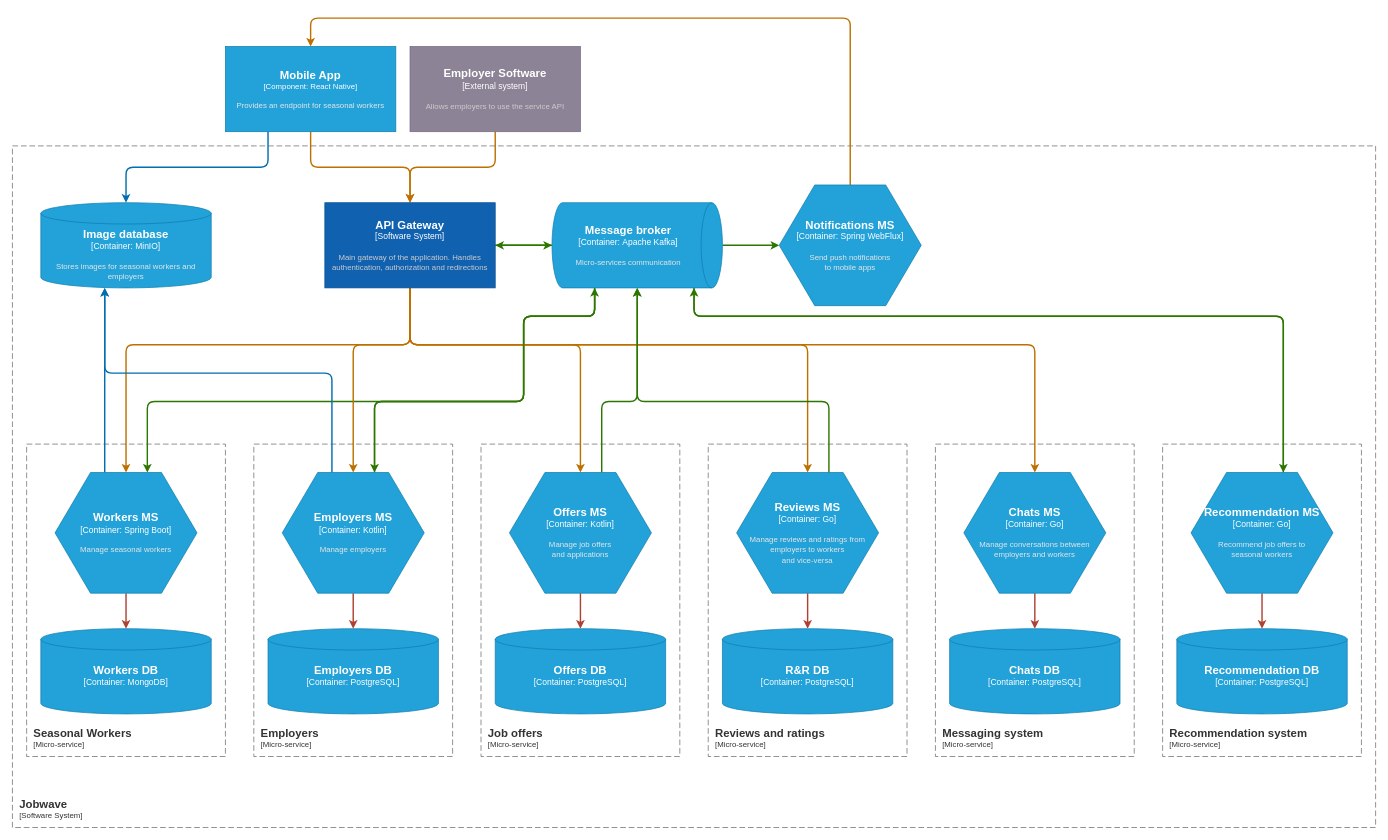
This is docs/architecture-diagram.drawio from BioTheWolff/Jobwave, a draw.io file, before an edit. Source tidied: cells renumbered, new cells numbered last; positions are measured from the earlier drawing's top-left corner, leaving out a move shared by most shapes. Both pictures are drawn from the tidied source at 71%, with x=0, y=0 at pixel (12, 18).
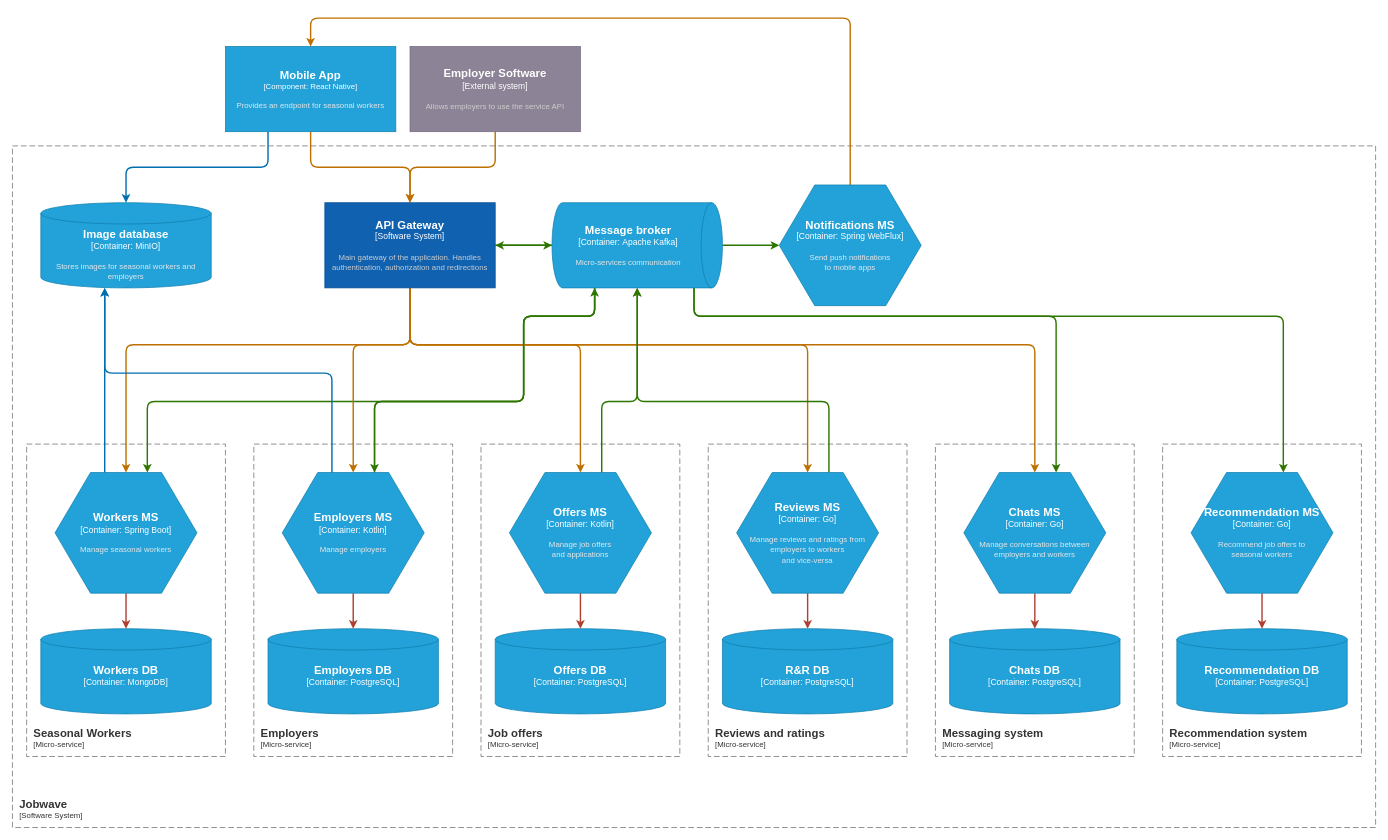
After the change.

Commit message:
refactor: add connection towards chats MS

Unchanged cells that the change refers to:
```xml
<object id="14" label="&lt;font style=&quot;font-size: 16px&quot;&gt;&lt;b&gt;%c4Type%&lt;/b&gt;&lt;/font&gt;&lt;div&gt;[%c4Container%:&amp;nbsp;%c4Technology%]&lt;/div&gt;&lt;br&gt;&lt;div&gt;&lt;font style=&quot;font-size: 11px&quot;&gt;&lt;font color=&quot;#E6E6E6&quot;&gt;%c4Description%&lt;/font&gt;&lt;/div&gt;" c4Container="Container" c4Description="Micro-services communication" c4Technology="Apache Kafka" c4Type="Message broker" placeholders="1">
  <mxCell style="shape=cylinder3;size=15;direction=south;whiteSpace=wrap;html=1;boundedLbl=1;rounded=0;labelBackgroundColor=none;fillColor=#23A2D9;fontSize=12;fontColor=#ffffff;align=center;strokeColor=#0E7DAD;points=[[0.5,0,0],[1,0.25,0],[1,0.5,0],[1,0.75,0],[0.5,1,0],[0,0.75,0],[0,0.5,0],[0,0.25,0]];" parent="1" vertex="1">
    <mxGeometry x="760" y="260" width="240" height="120" as="geometry" />
  </mxCell>
</object>
<object id="45" label="&lt;font style=&quot;font-size: 16px&quot;&gt;&lt;b&gt;%c4Type%&lt;/b&gt;&lt;/font&gt;&lt;div&gt;[%c4Container%:&amp;nbsp;%c4Technology%]&lt;/div&gt;&lt;br&gt;&lt;div&gt;&lt;font style=&quot;font-size: 11px&quot;&gt;&lt;font color=&quot;#E6E6E6&quot;&gt;%c4Description%&lt;/font&gt;&lt;/div&gt;" c4Container="Container" c4Description="Manage conversations between employers and workers" c4Technology="Go" c4Type="Chats MS" placeholders="1">
  <mxCell style="shape=hexagon;size=50;perimeter=hexagonPerimeter2;whiteSpace=wrap;html=1;fixedSize=1;rounded=0;labelBackgroundColor=none;fillColor=#23A2D9;fontSize=12;fontColor=#ffffff;align=center;strokeColor=#0E7DAD;points=[[0.5,0,0],[1,0.25,0],[1,0.5,0],[1,0.75,0],[0.5,1,0],[0,0.75,0],[0,0.5,0],[0,0.25,0]];" parent="1" vertex="1">
    <mxGeometry x="1340" y="640" width="200" height="170" as="geometry" />
  </mxCell>
</object>
<object id="52" label="&lt;font style=&quot;font-size: 16px&quot;&gt;&lt;b&gt;%c4Type%&lt;/b&gt;&lt;/font&gt;&lt;div&gt;[%c4Container%:&amp;nbsp;%c4Technology%]&lt;/div&gt;&lt;br&gt;&lt;div&gt;&lt;font style=&quot;font-size: 11px&quot;&gt;&lt;font color=&quot;#E6E6E6&quot;&gt;%c4Description%&lt;/font&gt;&lt;/div&gt;" c4Container="Container" c4Description="Recommend job offers to&#10;seasonal workers" c4Technology="Go" c4Type="Recommendation MS" placeholders="1">
  <mxCell style="shape=hexagon;size=50;perimeter=hexagonPerimeter2;whiteSpace=wrap;html=1;fixedSize=1;rounded=0;labelBackgroundColor=none;fillColor=#23A2D9;fontSize=12;fontColor=#ffffff;align=center;strokeColor=#0E7DAD;points=[[0.5,0,0],[1,0.25,0],[1,0.5,0],[1,0.75,0],[0.5,1,0],[0,0.75,0],[0,0.5,0],[0,0.25,0]];" parent="1" vertex="1">
    <mxGeometry x="1660" y="640" width="200" height="170" as="geometry" />
  </mxCell>
</object>
```

The edit, as a diff of the source:
```diff
@@
+    <mxCell id="54" style="edgeStyle=orthogonalEdgeStyle;rounded=1;jettySize=auto;html=1;fillColor=#60a917;strokeColor=#2D7600;strokeWidth=2;" parent="1" edge="1" source="14" target="45">
+      <mxGeometry relative="1" as="geometry">
+        <Array as="points">
+          <mxPoint x="960" y="420" />
+          <mxPoint x="1470" y="420" />
+        </Array>
+      </mxGeometry>
+    </mxCell>
@@
-    <mxCell id="51" style="edgeStyle=orthogonalEdgeStyle;jettySize=auto;html=1;strokeWidth=2;fillColor=#60a917;strokeColor=#2D7600;" parent="1" edge="1" source="52" target="14">
-      <mxGeometry relative="1" as="geometry">
-        <Array as="points">
-          <mxPoint x="1790" y="420" />
-          <mxPoint x="960" y="420" />
-        </Array>
-      </mxGeometry>
-    </mxCell>
```
